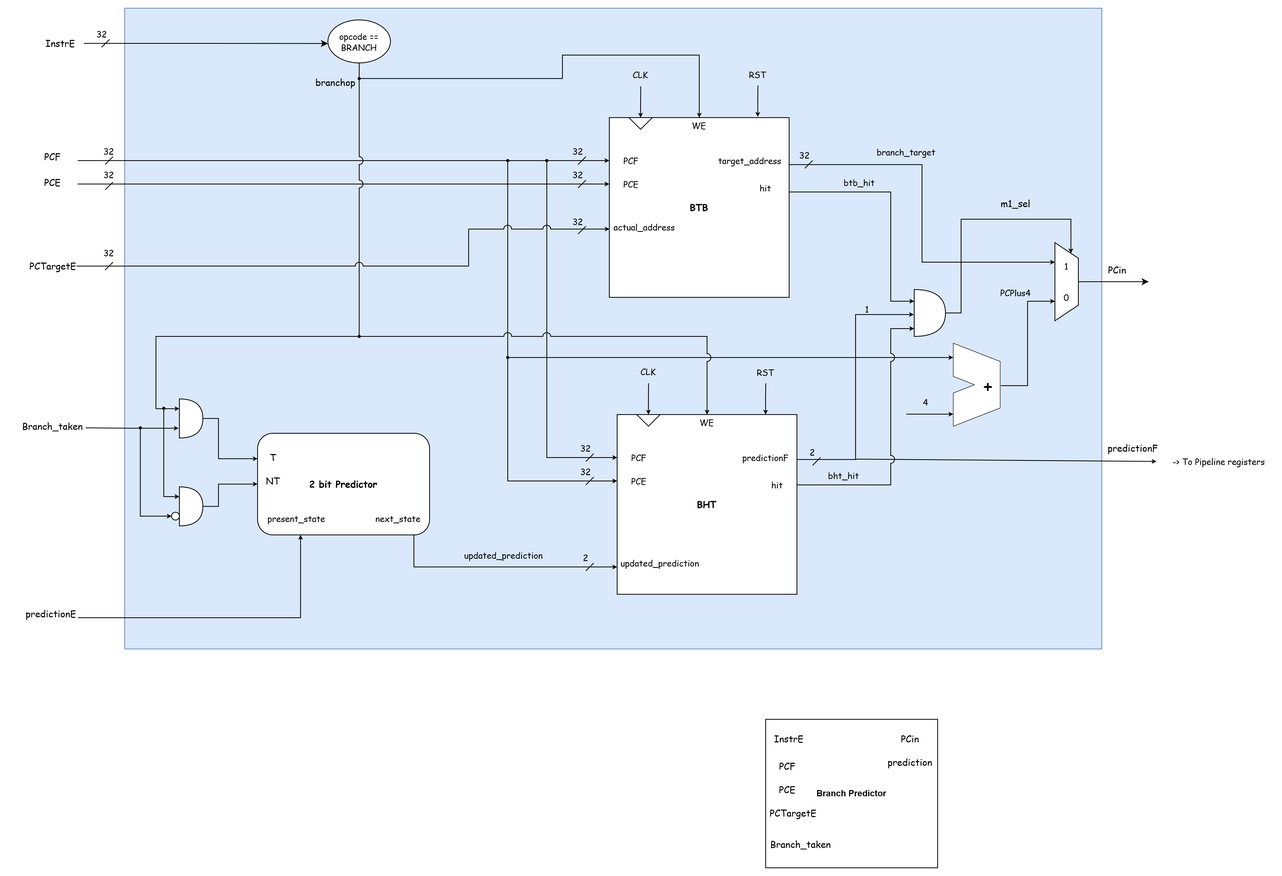
abdulrafay7038/RV32I-Pipeline-Core keeps this draw.io diagram as docs/BP.png. Above is the earlier version. Source tidied: cells renumbered, new cells last; positions are measured from the earlier drawing's top-left corner, leaving out a move shared by most shapes.
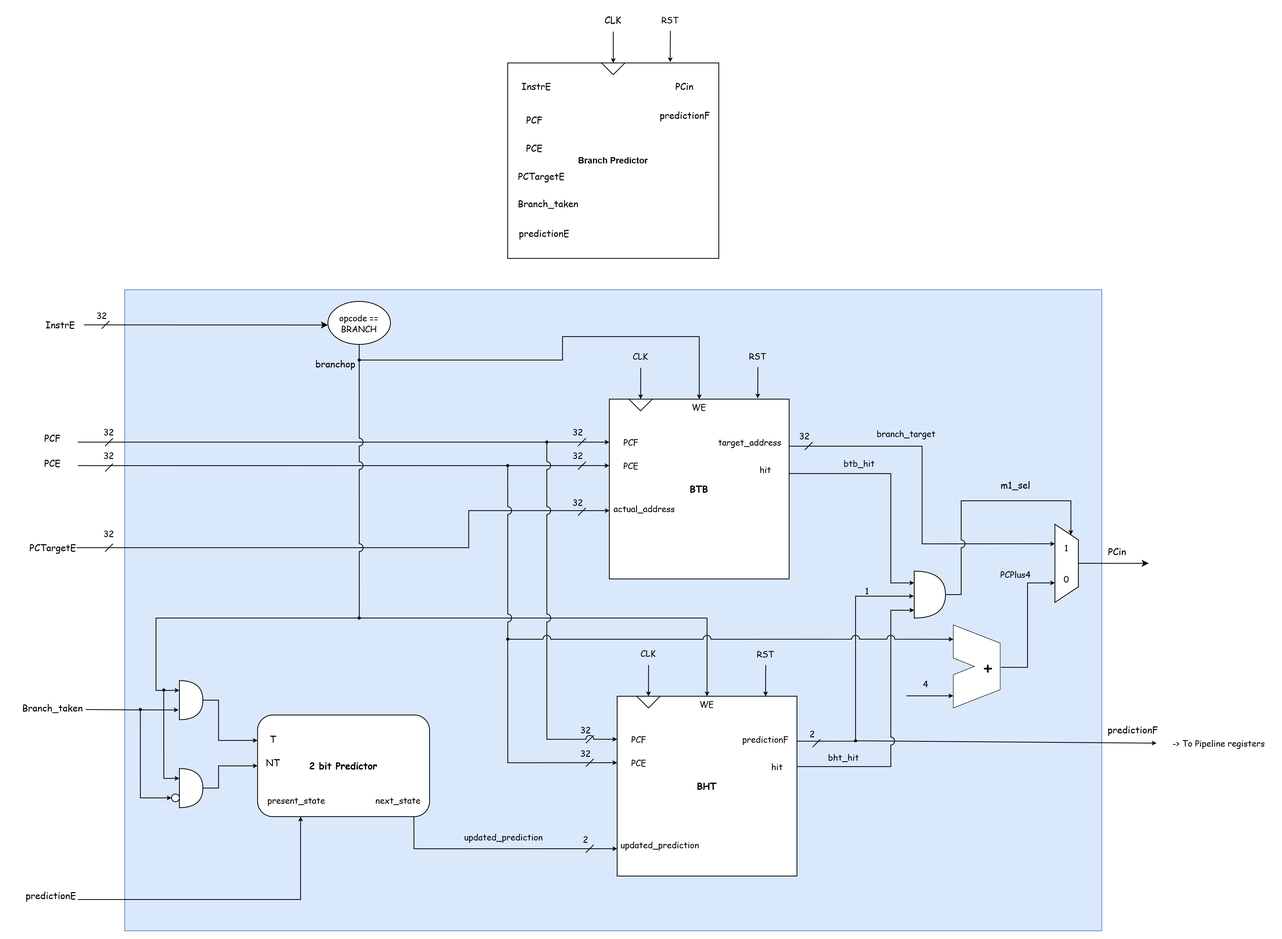
The same diagram one commit later.

Commit message:
Branch predictor diagram updated

The edit, as a diff of the source:
```diff
@@ -37,7 +37,7 @@
     <mxCell id="8" value="&lt;font style=&quot;font-size: 12px;&quot;&gt;PCin&lt;/font&gt;" style="text;html=1;whiteSpace=wrap;strokeColor=none;fillColor=none;align=center;verticalAlign=middle;rounded=0;fontSize=11;fontFamily=Comic Sans MS;" parent="1" vertex="1">
       <mxGeometry x="1390" y="320" width="60" height="30" as="geometry" />
     </mxCell>
-    <mxCell id="9" style="edgeStyle=orthogonalEdgeStyle;rounded=0;jettySize=auto;html=1;exitX=1;exitY=0.5;exitDx=0;exitDy=0;exitPerimeter=0;entryX=0;entryY=0.25;entryDx=0;entryDy=0;endSize=3;fontSize=11;fontFamily=Comic Sans MS;" parent="1" edge="1" source="10" target="7">
+    <mxCell id="9" style="edgeStyle=orthogonalEdgeStyle;rounded=0;jettySize=auto;html=1;exitX=1;exitY=0.5;exitDx=0;exitDy=0;exitPerimeter=0;entryX=0;entryY=0.25;entryDx=0;entryDy=0;endSize=3;fontSize=11;fontFamily=Comic Sans MS;jumpStyle=arc;jumpSize=10;" parent="1" edge="1" source="10" target="7">
       <mxGeometry relative="1" as="geometry">
         <Array as="points">
           <mxPoint x="1220" y="390" />
@@ -118,12 +118,6 @@
         <mxPoint x="30" y="150" as="targetPoint" />
       </mxGeometry>
     </mxCell>
-    <mxCell id="28" style="endArrow=none;html=1;rounded=0;spacingLeft=0;fontSize=11;fontFamily=Comic Sans MS;" parent="1" edge="1">
-      <mxGeometry relative="1" as="geometry">
-        <mxPoint x="1030" y="585" as="sourcePoint" />
-        <mxPoint x="1040" y="575" as="targetPoint" />
-      </mxGeometry>
-    </mxCell>
     <mxCell id="29" value="&lt;font&gt;2&lt;/font&gt;" style="text;html=1;whiteSpace=wrap;strokeColor=none;fillColor=none;align=center;verticalAlign=middle;rounded=0;spacingLeft=0;fontSize=11;fontFamily=Comic Sans MS;" parent="1" vertex="1">
       <mxGeometry x="1020" y="555" width="20" height="25" as="geometry" />
     </mxCell>
@@ -133,9 +127,6 @@
         <mxPoint x="820.2" y="480" as="targetPoint" />
       </mxGeometry>
     </mxCell>
-    <mxCell id="31" style="edgeStyle=orthogonalEdgeStyle;rounded=0;jettySize=auto;html=1;exitX=1;exitY=0.25;exitDx=0;exitDy=0;endSize=3;entryX=-0.012;entryY=0.533;entryDx=0;entryDy=0;entryPerimeter=0;fontSize=11;fontFamily=Comic Sans MS;" parent="1" edge="1" source="32" target="10">
-      <mxGeometry relative="1" as="geometry" />
-    </mxCell>
     <mxCell id="32" value="&lt;b&gt;&lt;font style=&quot;font-size: 12px;&quot;&gt;BHT&lt;/font&gt;&lt;/b&gt;" style="whiteSpace=wrap;html=1;fontSize=11;fontFamily=Comic Sans MS;" parent="1" vertex="1">
       <mxGeometry x="780" y="520" width="230" height="230" as="geometry" />
     </mxCell>
@@ -145,12 +136,6 @@
     <mxCell id="34" style="triangle;whiteSpace=wrap;html=1;direction=south;fontSize=11;fontFamily=Comic Sans MS;" parent="1" vertex="1">
       <mxGeometry x="805" y="520" width="30" height="15" as="geometry" />
     </mxCell>
-    <mxCell id="35" style="edgeStyle=orthogonalEdgeStyle;rounded=0;orthogonalLoop=1;jettySize=auto;html=1;startArrow=classic;startFill=1;endArrow=oval;endFill=1;endSize=3;startSize=3;fontSize=11;fontFamily=Comic Sans MS;" parent="1" edge="1">
-      <mxGeometry relative="1" as="geometry">
-        <mxPoint x="780" y="575" as="sourcePoint" />
-        <mxPoint x="690" y="195" as="targetPoint" />
-      </mxGeometry>
-    </mxCell>
     <mxCell id="36" value="PCF" style="text;html=1;whiteSpace=wrap;strokeColor=none;fillColor=none;align=center;verticalAlign=middle;rounded=0;fontSize=11;fontFamily=Comic Sans MS;" parent="1" vertex="1">
       <mxGeometry x="788" y="565" width="40" height="20" as="geometry" />
     </mxCell>
@@ -231,7 +216,7 @@
     <mxCell id="55" value="&lt;font&gt;2&lt;/font&gt;" style="text;html=1;whiteSpace=wrap;strokeColor=none;fillColor=none;align=center;verticalAlign=middle;rounded=0;fontSize=11;fontFamily=Comic Sans MS;" parent="1" vertex="1">
       <mxGeometry x="730" y="690" width="20" height="25" as="geometry" />
     </mxCell>
-    <mxCell id="56" style="endArrow=classic;html=1;rounded=0;endSize=3;fontSize=11;fontFamily=Comic Sans MS;" parent="1" edge="1">
+    <mxCell id="56" style="endArrow=classic;html=1;rounded=0;endSize=3;fontSize=11;fontFamily=Comic Sans MS;endFill=1;startArrow=oval;startFill=1;startSize=3;" parent="1" edge="1">
       <mxGeometry relative="1" as="geometry">
         <mxPoint x="1085" y="577" as="sourcePoint" />
         <mxPoint x="1470" y="580" as="targetPoint" />
@@ -251,16 +236,6 @@
     <mxCell id="60" value="&lt;font&gt;opcode == BRANCH&lt;/font&gt;" style="ellipse;whiteSpace=wrap;html=1;fontSize=11;fontFamily=Comic Sans MS;" parent="1" vertex="1">
       <mxGeometry x="410" y="15" width="80" height="55" as="geometry" />
     </mxCell>
-    <mxCell id="61" style="endArrow=classic;html=1;rounded=0;startArrow=oval;startFill=1;startSize=3;endSize=3;edgeStyle=orthogonalEdgeStyle;fontSize=11;fontFamily=Comic Sans MS;" parent="1" edge="1">
-      <mxGeometry relative="1" as="geometry">
-        <mxPoint x="640" y="195" as="sourcePoint" />
-        <mxPoint x="1210" y="447" as="targetPoint" />
-        <Array as="points">
-          <mxPoint x="640" y="447" />
-          <mxPoint x="1210" y="447" />
-        </Array>
-      </mxGeometry>
-    </mxCell>
     <mxCell id="62" value="-&amp;gt; To Pipeline registers" style="text;html=1;whiteSpace=wrap;strokeColor=none;fillColor=none;align=center;verticalAlign=middle;rounded=0;fontSize=11;fontFamily=Comic Sans MS;" parent="1" vertex="1">
       <mxGeometry x="1480" y="565" width="140" height="30" as="geometry" />
     </mxCell>
@@ -330,14 +305,6 @@
         </Array>
       </mxGeometry>
     </mxCell>
-    <mxCell id="76" style="edgeStyle=orthogonalEdgeStyle;rounded=0;jettySize=auto;html=1;exitX=0.5;exitY=1;exitDx=0;exitDy=0;entryX=0.5;entryY=0;entryDx=0;entryDy=0;endSize=3;fontSize=11;fontFamily=Comic Sans MS;jumpStyle=arc;jumpSize=10;" parent="1" edge="1" source="60" target="39">
-      <mxGeometry relative="1" as="geometry">
-        <Array as="points">
-          <mxPoint x="450" y="420" />
-          <mxPoint x="895" y="420" />
-        </Array>
-      </mxGeometry>
-    </mxCell>
     <mxCell id="77" value="&lt;font face=&quot;Comic Sans MS&quot;&gt;Branch_taken&lt;/font&gt;" style="text;html=1;whiteSpace=wrap;strokeColor=none;fillColor=none;align=center;verticalAlign=middle;rounded=0;" parent="1" vertex="1">
       <mxGeometry x="27.5" y="520" width="60" height="30" as="geometry" />
     </mxCell>
@@ -381,14 +348,6 @@
         <mxPoint x="135" y="190" as="targetPoint" />
       </mxGeometry>
     </mxCell>
-    <mxCell id="87" style="edgeStyle=orthogonalEdgeStyle;rounded=0;jettySize=auto;html=1;startArrow=classic;startFill=1;endArrow=none;endFill=0;endSize=3;startSize=3;fontSize=11;fontFamily=Comic Sans MS;jumpStyle=arc;jumpSize=10;entryX=1;entryY=0.5;entryDx=0;entryDy=0;exitX=0.001;exitY=0.62;exitDx=0;exitDy=0;exitPerimeter=0;" parent="1" edge="1" source="15" target="85">
-      <mxGeometry relative="1" as="geometry">
-        <Array as="points">
-          <mxPoint x="590" y="283" />
-          <mxPoint x="590" y="330" />
-        </Array>
-      </mxGeometry>
-    </mxCell>
     <mxCell id="88" value="&lt;font&gt;32&lt;/font&gt;" style="text;html=1;whiteSpace=wrap;strokeColor=none;fillColor=none;align=center;verticalAlign=middle;rounded=0;fontSize=11;fontFamily=Comic Sans MS;" parent="1" vertex="1">
       <mxGeometry x="120" y="170" width="20" height="25" as="geometry" />
     </mxCell>
@@ -452,16 +411,6 @@
     <mxCell id="102" value="&lt;font face=&quot;Comic Sans MS&quot;&gt;branchop&lt;/font&gt;" style="text;html=1;whiteSpace=wrap;strokeColor=none;fillColor=none;align=center;verticalAlign=middle;rounded=0;" parent="1" vertex="1">
       <mxGeometry x="390" y="80" width="60" height="30" as="geometry" />
     </mxCell>
-    <mxCell id="103" style="edgeStyle=orthogonalEdgeStyle;rounded=0;jettySize=auto;html=1;exitX=0.5;exitY=0;exitDx=0;exitDy=0;endSize=3;startSize=3;endArrow=oval;endFill=1;startArrow=classic;startFill=1;fontSize=11;fontFamily=Comic Sans MS;" parent="1" edge="1" source="20">
-      <mxGeometry relative="1" as="geometry">
-        <mxPoint x="450" y="90" as="targetPoint" />
-        <Array as="points">
-          <mxPoint x="885" y="60" />
-          <mxPoint x="710" y="60" />
-          <mxPoint x="710" y="90" />
-        </Array>
-      </mxGeometry>
-    </mxCell>
     <mxCell id="104" value="&lt;font style=&quot;font-size: 12px;&quot;&gt;predictionE&lt;/font&gt;" style="text;html=1;whiteSpace=wrap;strokeColor=none;fillColor=none;align=center;verticalAlign=middle;rounded=0;fontSize=11;fontFamily=Comic Sans MS;" parent="1" vertex="1">
       <mxGeometry x="0.5" y="760" width="110" height="30" as="geometry" />
     </mxCell>
@@ -475,31 +424,105 @@
       <mxGeometry x="1260" y="350" width="60" height="30" as="geometry" />
     </mxCell>
     <mxCell id="108" style="group;" parent="1" vertex="1">
-      <mxGeometry x="970" y="910" width="220" height="190" as="geometry" />
+      <mxGeometry x="640" y="-290" width="270" height="250" as="geometry" />
     </mxCell>
+    <mxCell id="117" style="edgeStyle=orthogonalEdgeStyle;rounded=0;jettySize=auto;html=1;exitX=0.5;exitY=0;exitDx=0;exitDy=0;endArrow=none;endFill=0;startArrow=classic;startFill=1;startSize=3;" parent="108" edge="1" source="109">
+      <mxGeometry relative="1" as="geometry">
+        <mxPoint x="135" y="-40" as="targetPoint" />
+      </mxGeometry>
+    </mxCell>
     <mxCell id="109" value="&lt;b&gt;&lt;font style=&quot;font-size: 11px;&quot;&gt;Branch Predictor&lt;/font&gt;&lt;/b&gt;" style="rounded=0;whiteSpace=wrap;html=1;" parent="108" vertex="1">
-      <mxGeometry width="220" height="190" as="geometry" />
+      <mxGeometry width="270" height="250" as="geometry" />
     </mxCell>
     <mxCell id="110" value="&lt;font style=&quot;font-size: 12px;&quot;&gt;InstrE&lt;/font&gt;" style="text;html=1;whiteSpace=wrap;strokeColor=none;fillColor=none;align=center;verticalAlign=middle;rounded=0;fontSize=11;fontFamily=Comic Sans MS;" parent="108" vertex="1">
-      <mxGeometry y="10" width="60" height="30" as="geometry" />
+      <mxGeometry y="12.1" width="73.6" height="36.3" as="geometry" />
     </mxCell>
     <mxCell id="111" value="&lt;font face=&quot;Comic Sans MS&quot;&gt;Branch_taken&lt;/font&gt;" style="text;html=1;whiteSpace=wrap;strokeColor=none;fillColor=none;align=center;verticalAlign=middle;rounded=0;" parent="108" vertex="1">
-      <mxGeometry x="4.5" y="145" width="80" height="30" as="geometry" />
+      <mxGeometry x="3" y="162" width="98.2" height="36" as="geometry" />
     </mxCell>
     <mxCell id="112" value="&lt;font style=&quot;font-size: 12px;&quot;&gt;PCF&lt;/font&gt;" style="text;html=1;whiteSpace=wrap;strokeColor=none;fillColor=none;align=center;verticalAlign=middle;rounded=0;fontSize=11;fontFamily=Comic Sans MS;" parent="108" vertex="1">
-      <mxGeometry x="8" y="50" width="40" height="20" as="geometry" />
+      <mxGeometry x="9.8" y="60.5" width="49.1" height="24.2" as="geometry" />
     </mxCell>
     <mxCell id="113" value="&lt;font style=&quot;font-size: 12px;&quot;&gt;PCE&lt;/font&gt;" style="text;html=1;whiteSpace=wrap;strokeColor=none;fillColor=none;align=center;verticalAlign=middle;rounded=0;fontSize=11;fontFamily=Comic Sans MS;" parent="108" vertex="1">
-      <mxGeometry x="8" y="80" width="40" height="20" as="geometry" />
+      <mxGeometry x="9.8" y="96.8" width="49.1" height="24.2" as="geometry" />
     </mxCell>
     <mxCell id="114" value="&lt;font style=&quot;font-size: 12px;&quot;&gt;PCTargetE&lt;/font&gt;" style="text;html=1;whiteSpace=wrap;strokeColor=none;fillColor=none;align=center;verticalAlign=middle;rounded=0;fontSize=11;fontFamily=Comic Sans MS;" parent="108" vertex="1">
-      <mxGeometry x="4.5" y="110" width="61" height="20" as="geometry" />
+      <mxGeometry x="5.5" y="133.2" width="74.9" height="24.2" as="geometry" />
     </mxCell>
     <mxCell id="115" value="&lt;font style=&quot;font-size: 12px;&quot;&gt;PCin&lt;/font&gt;" style="text;html=1;whiteSpace=wrap;strokeColor=none;fillColor=none;align=center;verticalAlign=middle;rounded=0;fontSize=11;fontFamily=Comic Sans MS;" parent="108" vertex="1">
-      <mxGeometry x="160" y="10" width="50" height="30" as="geometry" />
+      <mxGeometry x="196.4" y="12.1" width="61.4" height="36.3" as="geometry" />
     </mxCell>
-    <mxCell id="116" value="&lt;font style=&quot;font-size: 12px;&quot;&gt;prediction&lt;/font&gt;" style="text;html=1;whiteSpace=wrap;strokeColor=none;fillColor=none;align=center;verticalAlign=middle;rounded=0;fontSize=11;fontFamily=Comic Sans MS;" parent="108" vertex="1">
-      <mxGeometry x="155" y="40" width="60" height="30" as="geometry" />
+    <mxCell id="116" value="&lt;font style=&quot;font-size: 12px;&quot;&gt;predictionF&lt;/font&gt;" style="text;html=1;whiteSpace=wrap;strokeColor=none;fillColor=none;align=center;verticalAlign=middle;rounded=0;fontSize=11;fontFamily=Comic Sans MS;" parent="108" vertex="1">
+      <mxGeometry x="190.2" y="48.4" width="73.6" height="36.3" as="geometry" />
     </mxCell>
+    <mxCell id="118" value="&lt;font style=&quot;font-size: 12px;&quot;&gt;predictionE&lt;/font&gt;" style="text;html=1;whiteSpace=wrap;strokeColor=none;fillColor=none;align=center;verticalAlign=middle;rounded=0;fontSize=11;fontFamily=Comic Sans MS;" parent="108" vertex="1">
+      <mxGeometry x="9.8" y="200" width="73.6" height="36.3" as="geometry" />
+    </mxCell>
+    <mxCell id="119" style="triangle;whiteSpace=wrap;html=1;direction=south;fontSize=11;fontFamily=Comic Sans MS;" parent="108" vertex="1">
+      <mxGeometry x="120" width="30" height="15" as="geometry" />
+    </mxCell>
+    <mxCell id="31" style="edgeStyle=orthogonalEdgeStyle;rounded=0;jettySize=auto;html=1;exitX=1;exitY=0.25;exitDx=0;exitDy=0;endSize=3;entryX=-0.012;entryY=0.533;entryDx=0;entryDy=0;entryPerimeter=0;fontSize=11;fontFamily=Comic Sans MS;jumpStyle=arc;jumpSize=10;" parent="1" edge="1" source="32" target="10">
+      <mxGeometry relative="1" as="geometry" />
+    </mxCell>
+    <mxCell id="28" style="endArrow=none;html=1;rounded=0;spacingLeft=0;fontSize=11;fontFamily=Comic Sans MS;" parent="1" edge="1">
+      <mxGeometry relative="1" as="geometry">
+        <mxPoint x="1030" y="585" as="sourcePoint" />
+        <mxPoint x="1040" y="575" as="targetPoint" />
+      </mxGeometry>
+    </mxCell>
+    <mxCell id="87" style="edgeStyle=orthogonalEdgeStyle;rounded=0;jettySize=auto;html=1;startArrow=classic;startFill=1;endArrow=none;endFill=0;endSize=3;startSize=3;fontSize=11;fontFamily=Comic Sans MS;jumpStyle=none;jumpSize=10;entryX=1;entryY=0.5;entryDx=0;entryDy=0;exitX=0.001;exitY=0.62;exitDx=0;exitDy=0;exitPerimeter=0;" parent="1" edge="1" source="15" target="85">
+      <mxGeometry relative="1" as="geometry">
+        <Array as="points">
+          <mxPoint x="590" y="283" />
+          <mxPoint x="590" y="330" />
+        </Array>
+      </mxGeometry>
+    </mxCell>
+    <mxCell id="76" style="edgeStyle=orthogonalEdgeStyle;rounded=0;jettySize=auto;html=1;exitX=0.5;exitY=1;exitDx=0;exitDy=0;entryX=0.5;entryY=0;entryDx=0;entryDy=0;endSize=3;fontSize=11;fontFamily=Comic Sans MS;jumpStyle=arc;jumpSize=10;" parent="1" edge="1" source="60" target="39">
+      <mxGeometry relative="1" as="geometry">
+        <Array as="points">
+          <mxPoint x="450" y="420" />
+          <mxPoint x="895" y="420" />
+        </Array>
+      </mxGeometry>
+    </mxCell>
+    <mxCell id="35" style="edgeStyle=orthogonalEdgeStyle;rounded=0;orthogonalLoop=1;jettySize=auto;html=1;startArrow=classic;startFill=1;endArrow=oval;endFill=1;endSize=3;startSize=3;fontSize=11;fontFamily=Comic Sans MS;jumpStyle=arc;jumpSize=10;" parent="1" edge="1">
+      <mxGeometry relative="1" as="geometry">
+        <mxPoint x="780" y="575" as="sourcePoint" />
+        <mxPoint x="690" y="195" as="targetPoint" />
+      </mxGeometry>
+    </mxCell>
+    <mxCell id="61" style="endArrow=classic;html=1;rounded=0;startArrow=oval;startFill=1;startSize=3;endSize=3;edgeStyle=orthogonalEdgeStyle;fontSize=11;fontFamily=Comic Sans MS;jumpStyle=arc;jumpSize=10;" parent="1" edge="1">
+      <mxGeometry relative="1" as="geometry">
+        <mxPoint x="640" y="225" as="sourcePoint" />
+        <mxPoint x="1211" y="447" as="targetPoint" />
+        <Array as="points">
+          <mxPoint x="640" y="447" />
+          <mxPoint x="1210" y="447" />
+        </Array>
+      </mxGeometry>
+    </mxCell>
+    <mxCell id="120" value="&lt;font face=&quot;Comic Sans MS&quot;&gt;CLK&lt;/font&gt;" style="text;html=1;whiteSpace=wrap;strokeColor=none;fillColor=none;align=center;verticalAlign=middle;rounded=0;" parent="1" vertex="1">
+      <mxGeometry x="745" y="-360" width="60" height="30" as="geometry" />
+    </mxCell>
+    <mxCell id="121" style="edgeStyle=orthogonalEdgeStyle;rounded=0;orthogonalLoop=1;jettySize=auto;html=1;exitX=0.5;exitY=0;exitDx=0;exitDy=0;endSize=3;startSize=3;startArrow=classic;startFill=1;endArrow=none;endFill=0;fontSize=11;fontFamily=Comic Sans MS;" parent="1" edge="1">
+      <mxGeometry relative="1" as="geometry">
+        <mxPoint x="847.9" y="-291" as="sourcePoint" />
+        <mxPoint x="848.1" y="-331" as="targetPoint" />
+      </mxGeometry>
+    </mxCell>
+    <mxCell id="122" value="RST" style="text;html=1;whiteSpace=wrap;strokeColor=none;fillColor=none;align=center;verticalAlign=middle;rounded=0;fontSize=11;fontFamily=Comic Sans MS;" parent="1" vertex="1">
+      <mxGeometry x="828" y="-360" width="40" height="30" as="geometry" />
+    </mxCell>
+    <mxCell id="103" style="edgeStyle=orthogonalEdgeStyle;rounded=0;jettySize=auto;html=1;exitX=0.5;exitY=0;exitDx=0;exitDy=0;endSize=3;startSize=3;endArrow=oval;endFill=1;startArrow=classic;startFill=1;fontSize=11;fontFamily=Comic Sans MS;" parent="1" edge="1" source="20">
+      <mxGeometry relative="1" as="geometry">
+        <mxPoint x="450" y="90" as="targetPoint" />
+        <Array as="points">
+          <mxPoint x="885" y="60" />
+          <mxPoint x="710" y="60" />
+          <mxPoint x="710" y="90" />
+        </Array>
+      </mxGeometry>
+    </mxCell>
   </root>
 </mxGraphModel>
```
